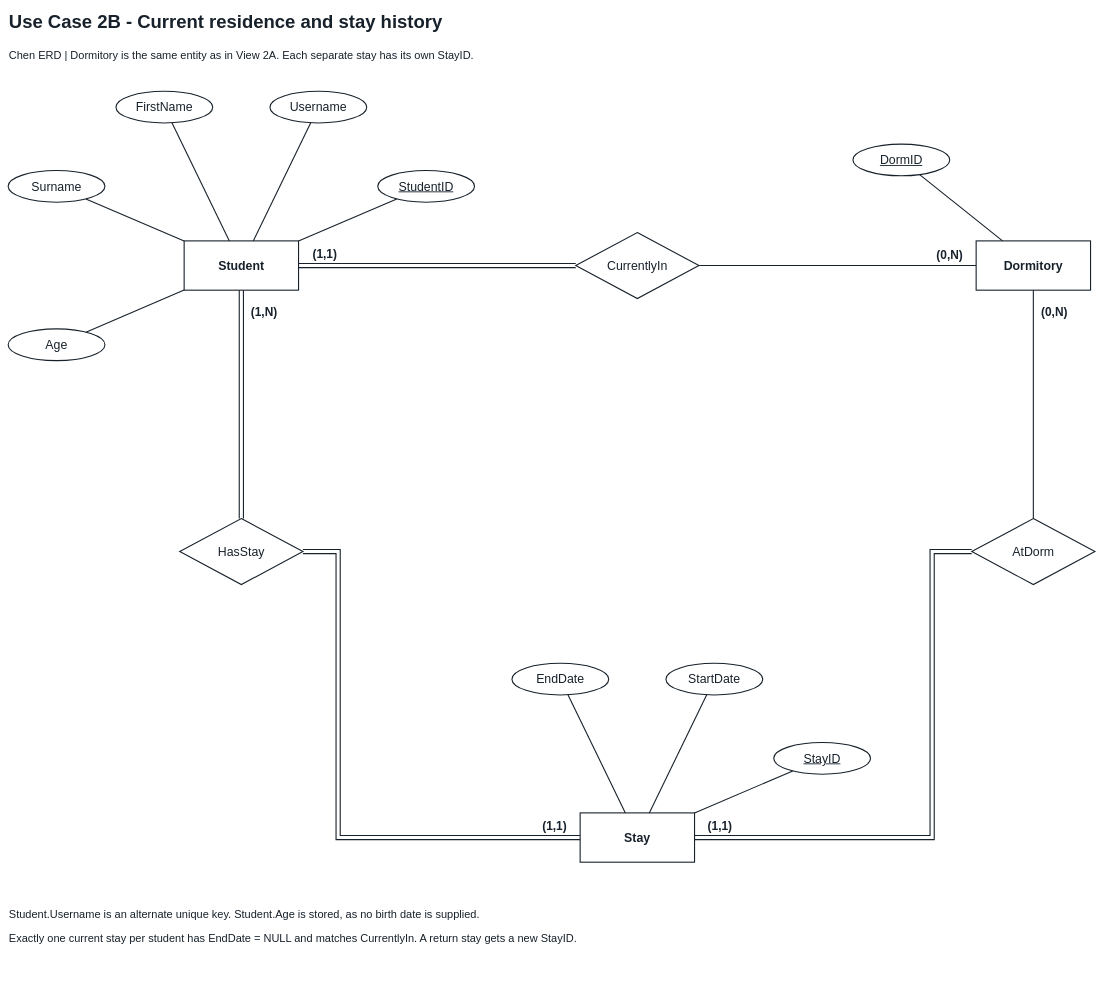
This is page "Use Case 2B - Current residence and stay history" (4 of 8) of CNG351_Assignment1_Chen +gpt.drawio from Osmanita/cng-351-project-1, a draw.io file, before an edit. Source tidied: cells renumbered, new cells numbered last; positions are measured from the earlier drawing's top-left corner, leaving out a move shared by most shapes. Both pictures are drawn from the tidied source at 44%, with x=0, y=0 at pixel (8, 7).
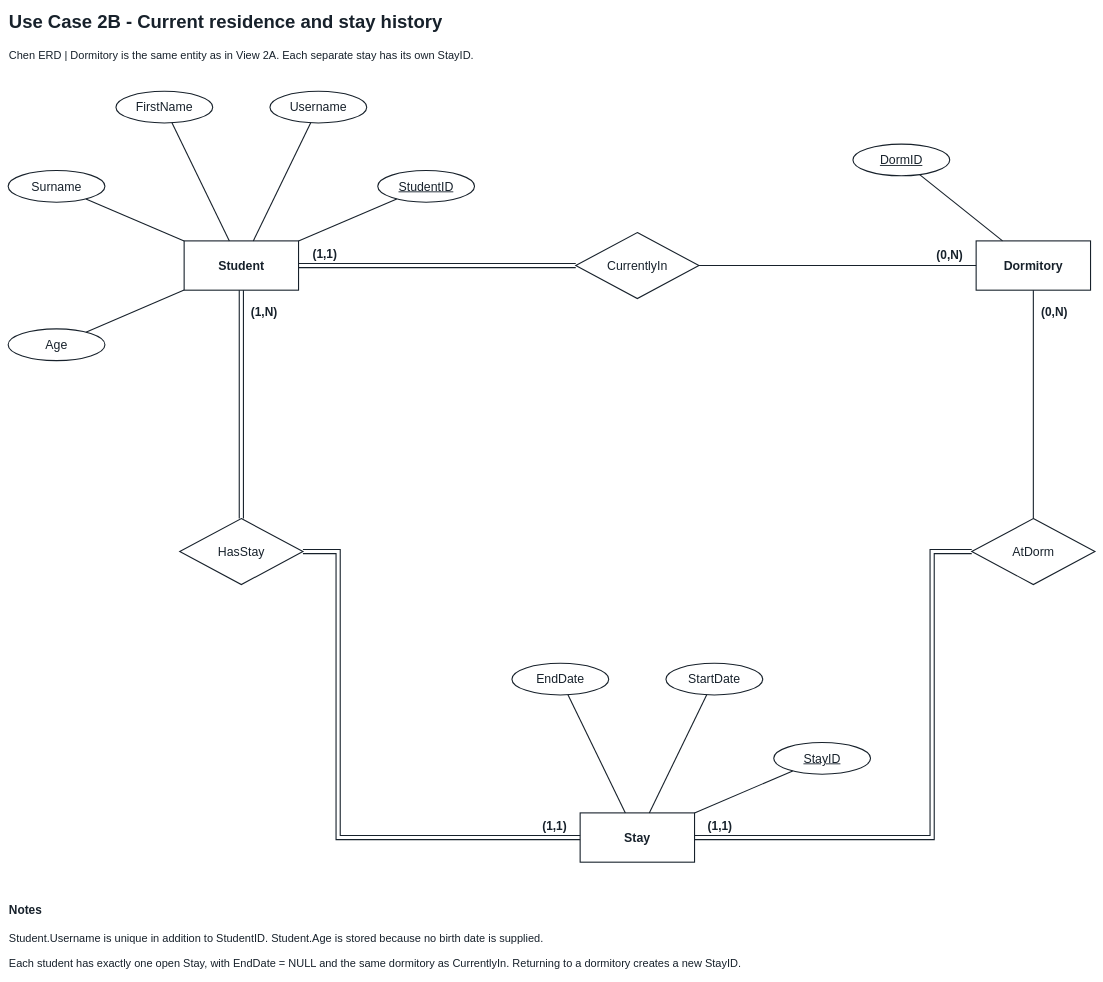
Above is the later version.

Commit message (it also covers changes not shown here):
Replace canonical gpt report and diagrams with final notes revision

Diff of the diagram source:
```diff
@@
-    <mxCell id="34" value="Student.Username is an alternate unique key. Student.Age is stored, as no birth date is supplied." style="text;html=0;whiteSpace=wrap;overflow=hidden;align=left;verticalAlign=middle;fillColor=#ffffff;strokeColor=none;fontColor=#17212b;fontFamily=Arial;fontSize=25;" parent="1" vertex="1">
-      <mxGeometry y="2032" width="2470" height="55" as="geometry" />
+    <mxCell id="34" value="Student.Username is unique in addition to StudentID. Student.Age is stored because no birth date is supplied." style="text;html=0;whiteSpace=wrap;overflow=hidden;align=left;verticalAlign=middle;fillColor=#ffffff;strokeColor=none;fontColor=#17212b;fontFamily=Arial;fontSize=25;" parent="1" vertex="1">
+      <mxGeometry y="2087" width="2470" height="55" as="geometry" />
     </mxCell>
-    <mxCell id="35" value="Exactly one current stay per student has EndDate = NULL and matches CurrentlyIn. A return stay gets a new StayID." style="text;html=0;whiteSpace=wrap;overflow=hidden;align=left;verticalAlign=middle;fillColor=#ffffff;strokeColor=none;fontColor=#17212b;fontFamily=Arial;fontSize=25;" parent="1" vertex="1">
-      <mxGeometry y="2087" width="2470" height="55" as="geometry" />
+    <mxCell id="35" value="Each student has exactly one open Stay, with EndDate = NULL and the same dormitory as CurrentlyIn. Returning to a dormitory creates a new StayID." style="text;html=0;whiteSpace=wrap;overflow=hidden;align=left;verticalAlign=middle;fillColor=#ffffff;strokeColor=none;fontColor=#17212b;fontFamily=Arial;fontSize=25;" parent="1" vertex="1">
+      <mxGeometry y="2142" width="2470" height="55" as="geometry" />
     </mxCell>
+    <mxCell id="36" value="Notes" style="text;html=0;whiteSpace=wrap;overflow=hidden;align=left;verticalAlign=middle;fillColor=#ffffff;strokeColor=none;fontColor=#17212b;fontFamily=Arial;fontSize=27;fontStyle=1;" parent="1" vertex="1">
+      <mxGeometry y="2032" width="2470" height="40" as="geometry" />
+    </mxCell>
```
